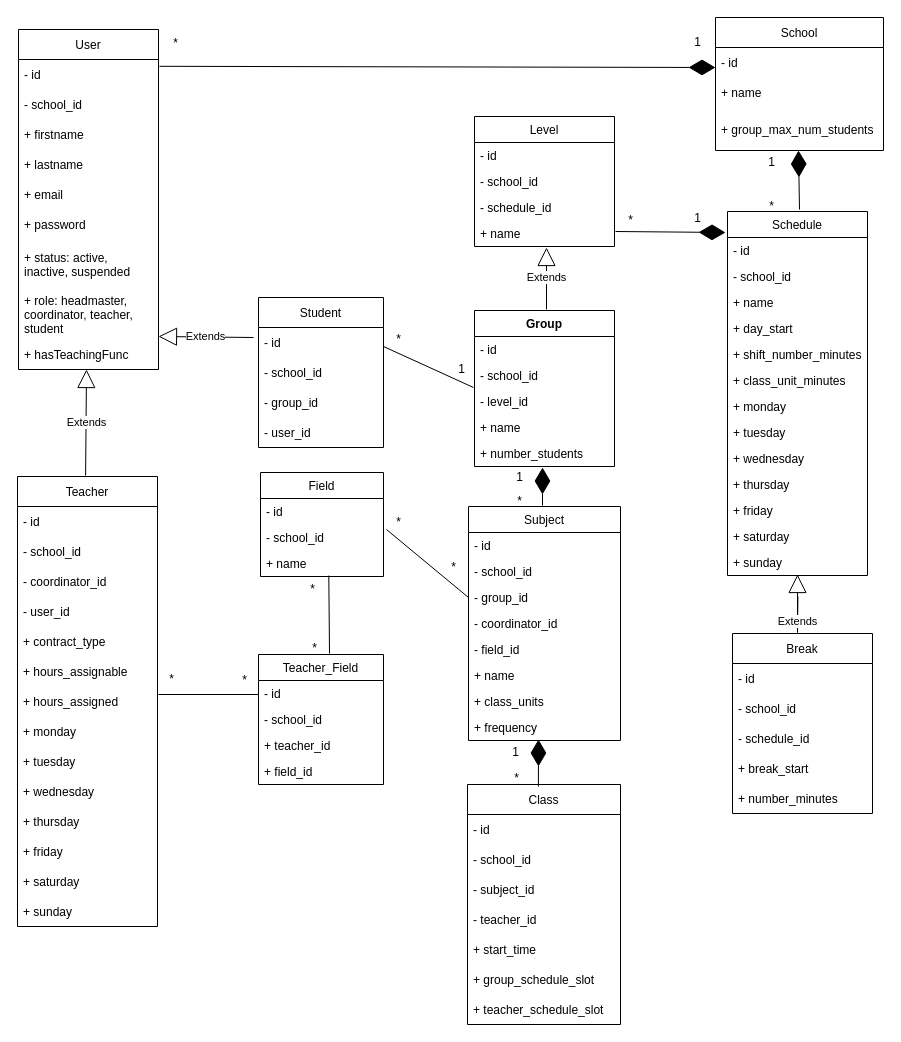
The draw.io diagram stages/3_Design/entities/entities_UML.drawio in JeromeVargas/schedule_maker, before the edit. Source tidied: cells renumbered, new cells numbered last; positions are measured from the earlier drawing's top-left corner, leaving out a move shared by most shapes. Both pictures are drawn from the tidied source at 100%, with x=0, y=0 at pixel (17, 17).
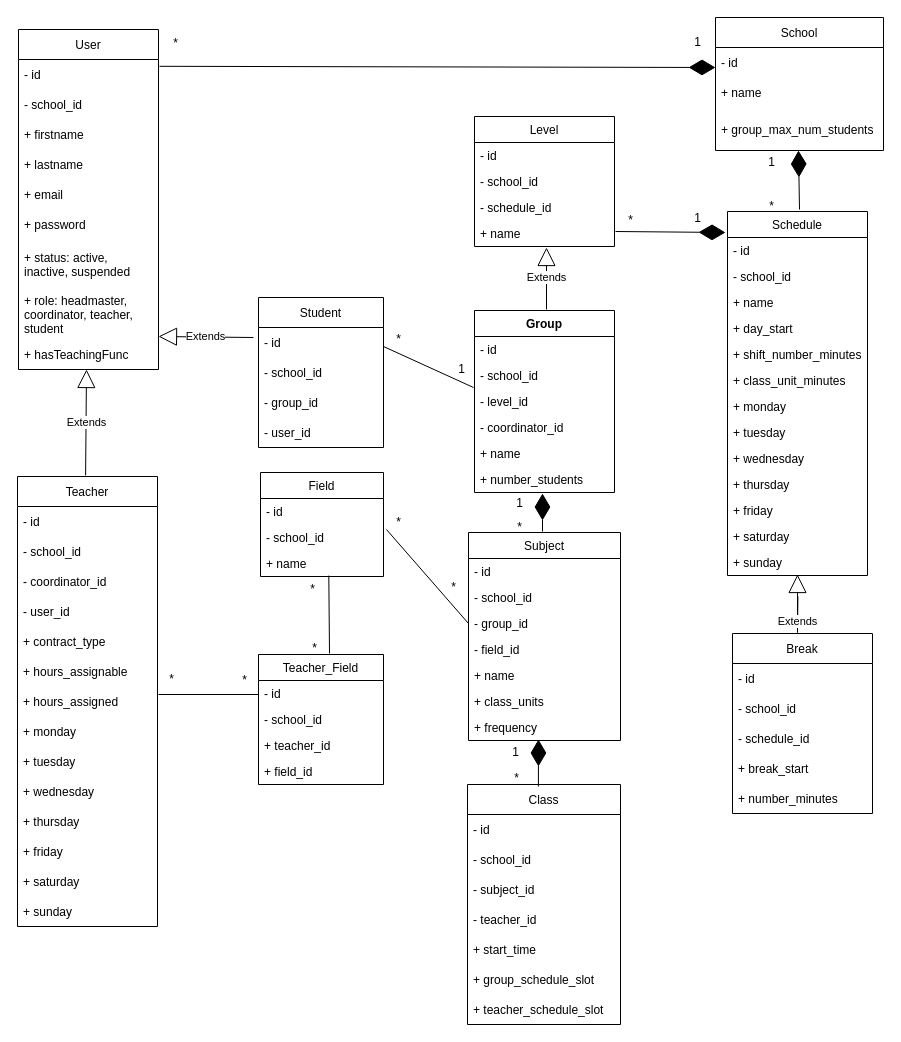
The same diagram, later.

The edit, as a diff of the source:
```diff
@@
     <mxCell id="42" value="Subject" style="swimlane;fontStyle=0;horizontal=1;startSize=26;fillColor=none;" parent="1" vertex="1">
-      <mxGeometry x="451" y="489" width="152" height="234" as="geometry" />
+      <mxGeometry x="451" y="515" width="152" height="208" as="geometry" />
     </mxCell>
@@
-    <mxCell id="46" value="- coordinator_id" style="text;strokeColor=none;fillColor=none;align=left;verticalAlign=top;spacingLeft=4;spacingRight=4;overflow=hidden;" parent="42" vertex="1">
-      <mxGeometry y="104" width="152" height="26" as="geometry" />
-    </mxCell>
     <mxCell id="47" value="- field_id" style="text;strokeColor=none;fillColor=none;align=left;verticalAlign=top;spacingLeft=4;spacingRight=4;overflow=hidden;" parent="42" vertex="1">
-      <mxGeometry y="130" width="152" height="26" as="geometry" />
+      <mxGeometry y="104" width="152" height="26" as="geometry" />
     </mxCell>
     <mxCell id="48" value="+ name" style="text;strokeColor=none;fillColor=none;align=left;verticalAlign=top;spacingLeft=4;spacingRight=4;overflow=hidden;" parent="42" vertex="1">
-      <mxGeometry y="156" width="152" height="26" as="geometry" />
+      <mxGeometry y="130" width="152" height="26" as="geometry" />
     </mxCell>
     <mxCell id="49" value="+ class_units" style="text;strokeColor=none;fillColor=none;align=left;verticalAlign=top;spacingLeft=4;spacingRight=4;overflow=hidden;" parent="42" vertex="1">
-      <mxGeometry y="182" width="152" height="26" as="geometry" />
+      <mxGeometry y="156" width="152" height="26" as="geometry" />
     </mxCell>
     <mxCell id="50" value="+ frequency" style="text;strokeColor=none;fillColor=none;align=left;verticalAlign=top;spacingLeft=4;spacingRight=4;overflow=hidden;whiteSpace=wrap;" parent="42" vertex="1">
-      <mxGeometry y="208" width="152" height="26" as="geometry" />
+      <mxGeometry y="182" width="152" height="26" as="geometry" />
     </mxCell>
@@
     <mxCell id="89" style="endArrow=diamondThin;endFill=1;endSize=24;html=1;rounded=0;" parent="1" edge="1">
       <mxGeometry relative="1" as="geometry">
-        <mxPoint x="525" y="488" as="sourcePoint" />
-        <mxPoint x="525" y="450" as="targetPoint" />
+        <mxPoint x="525" y="514" as="sourcePoint" />
+        <mxPoint x="525" y="476" as="targetPoint" />
       </mxGeometry>
     </mxCell>
     <mxCell id="90" value="1" style="text;html=1;align=center;verticalAlign=middle;strokeColor=none;fillColor=none;" parent="1" vertex="1">
-      <mxGeometry x="487" y="445" width="30" height="30" as="geometry" />
+      <mxGeometry x="487" y="471" width="30" height="30" as="geometry" />
     </mxCell>
     <mxCell id="91" value="*" style="text;html=1;align=center;verticalAlign=middle;strokeColor=none;fillColor=none;" parent="1" vertex="1">
-      <mxGeometry x="487" y="469" width="30" height="30" as="geometry" />
+      <mxGeometry x="487" y="495" width="30" height="30" as="geometry" />
     </mxCell>
@@
     <mxCell id="108" value="*" style="text;html=1;align=center;verticalAlign=middle;strokeColor=none;fillColor=none;" parent="1" vertex="1">
-      <mxGeometry x="421" y="535" width="30" height="30" as="geometry" />
+      <mxGeometry x="421" y="555" width="30" height="30" as="geometry" />
     </mxCell>
@@
     <mxCell id="111" value="Group" style="swimlane;fontStyle=1;horizontal=1;startSize=26;fillColor=none;" parent="1" vertex="1">
-      <mxGeometry x="457" y="293" width="140" height="156" as="geometry" />
+      <mxGeometry x="457" y="293" width="140" height="182" as="geometry" />
     </mxCell>
@@
+    <mxCell id="46" value="- coordinator_id" style="text;strokeColor=none;fillColor=none;align=left;verticalAlign=top;spacingLeft=4;spacingRight=4;overflow=hidden;" parent="111" vertex="1">
+      <mxGeometry y="104" width="140" height="26" as="geometry" />
+    </mxCell>
     <mxCell id="115" value="+ name" style="text;strokeColor=none;fillColor=none;align=left;verticalAlign=top;spacingLeft=4;spacingRight=4;overflow=hidden;" parent="111" vertex="1">
-      <mxGeometry y="104" width="140" height="26" as="geometry" />
+      <mxGeometry y="130" width="140" height="26" as="geometry" />
     </mxCell>
     <mxCell id="116" value="+ number_students" style="text;strokeColor=none;fillColor=none;align=left;verticalAlign=top;spacingLeft=4;spacingRight=4;overflow=hidden;" parent="111" vertex="1">
-      <mxGeometry y="130" width="140" height="26" as="geometry" />
+      <mxGeometry y="156" width="140" height="26" as="geometry" />
     </mxCell>
```
